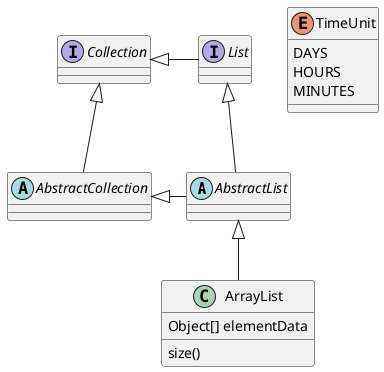
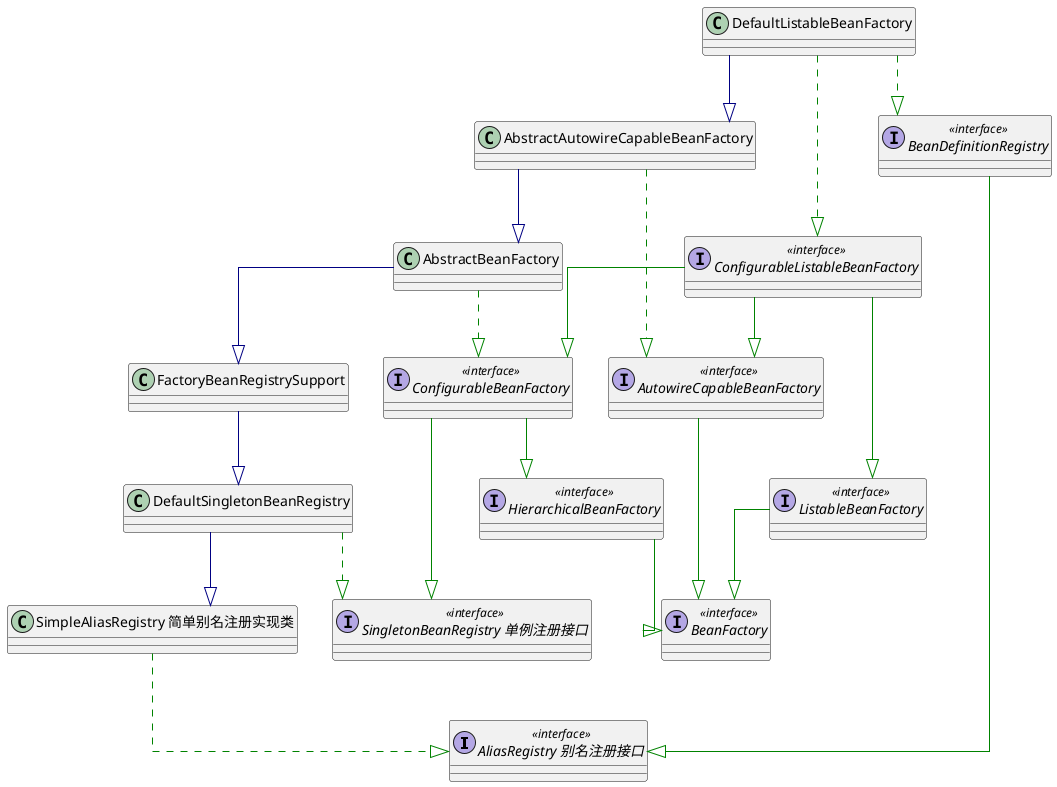
@startuml
- 'https://plantuml.com/class-diagram
+ top to bottom direction
+ skinparam linetype ortho

- abstract class AbstractList
- abstract AbstractCollection
- interface List
- interface Collection

- List <|-- AbstractList
- Collection <|-- AbstractCollection
+ interface AliasRegistry as "AliasRegistry 别名注册接口" << interface >>
+ interface SingletonBeanRegistry as "SingletonBeanRegistry 单例注册接口" << interface >>

- Collection <|- List
- AbstractCollection <|- AbstractList
- AbstractList <|-- ArrayList
+ class SimpleAliasRegistry as "SimpleAliasRegistry 简单别名注册实现类"

- class ArrayList {
- Object[] elementData
- size()
- }

- enum TimeUnit {
- DAYS
- HOURS
- MINUTES
- }
+ class AbstractAutowireCapableBeanFactory
+ class AbstractBeanFactory
+ interface AutowireCapableBeanFactory << interface >>
+ interface BeanDefinitionRegistry << interface >>
+ interface BeanFactory << interface >>
+ interface ConfigurableBeanFactory << interface >>
+ interface ConfigurableListableBeanFactory << interface >>
+ class DefaultListableBeanFactory
+ class DefaultSingletonBeanRegistry
+ class FactoryBeanRegistrySupport
+ interface HierarchicalBeanFactory << interface >>
+ interface ListableBeanFactory << interface >>

- @enduml+ SimpleAliasRegistry                 -[#008200,dashed]-^  AliasRegistry
+ AbstractAutowireCapableBeanFactory  -[#000082,plain]-^  AbstractBeanFactory
+ AbstractAutowireCapableBeanFactory  -[#008200,dashed]-^  AutowireCapableBeanFactory
+ AbstractBeanFactory                 -[#008200,dashed]-^  ConfigurableBeanFactory
+ AbstractBeanFactory                 -[#000082,plain]-^  FactoryBeanRegistrySupport
+ AutowireCapableBeanFactory          -[#008200,plain]-^  BeanFactory
+ BeanDefinitionRegistry              -[#008200,plain]-^  AliasRegistry
+ ConfigurableBeanFactory             -[#008200,plain]-^  HierarchicalBeanFactory
+ ConfigurableBeanFactory             -[#008200,plain]-^  SingletonBeanRegistry
+ ConfigurableListableBeanFactory     -[#008200,plain]-^  AutowireCapableBeanFactory
+ ConfigurableListableBeanFactory     -[#008200,plain]-^  ConfigurableBeanFactory
+ ConfigurableListableBeanFactory     -[#008200,plain]-^  ListableBeanFactory
+ DefaultListableBeanFactory          -[#000082,plain]-^  AbstractAutowireCapableBeanFactory
+ DefaultListableBeanFactory          -[#008200,dashed]-^  BeanDefinitionRegistry
+ DefaultListableBeanFactory          -[#008200,dashed]-^  ConfigurableListableBeanFactory
+ DefaultSingletonBeanRegistry        -[#000082,plain]-^  SimpleAliasRegistry
+ DefaultSingletonBeanRegistry        -[#008200,dashed]-^  SingletonBeanRegistry
+ FactoryBeanRegistrySupport          -[#000082,plain]-^  DefaultSingletonBeanRegistry
+ HierarchicalBeanFactory             -[#008200,plain]-^  BeanFactory
+ ListableBeanFactory                 -[#008200,plain]-^  BeanFactory
+ @enduml
